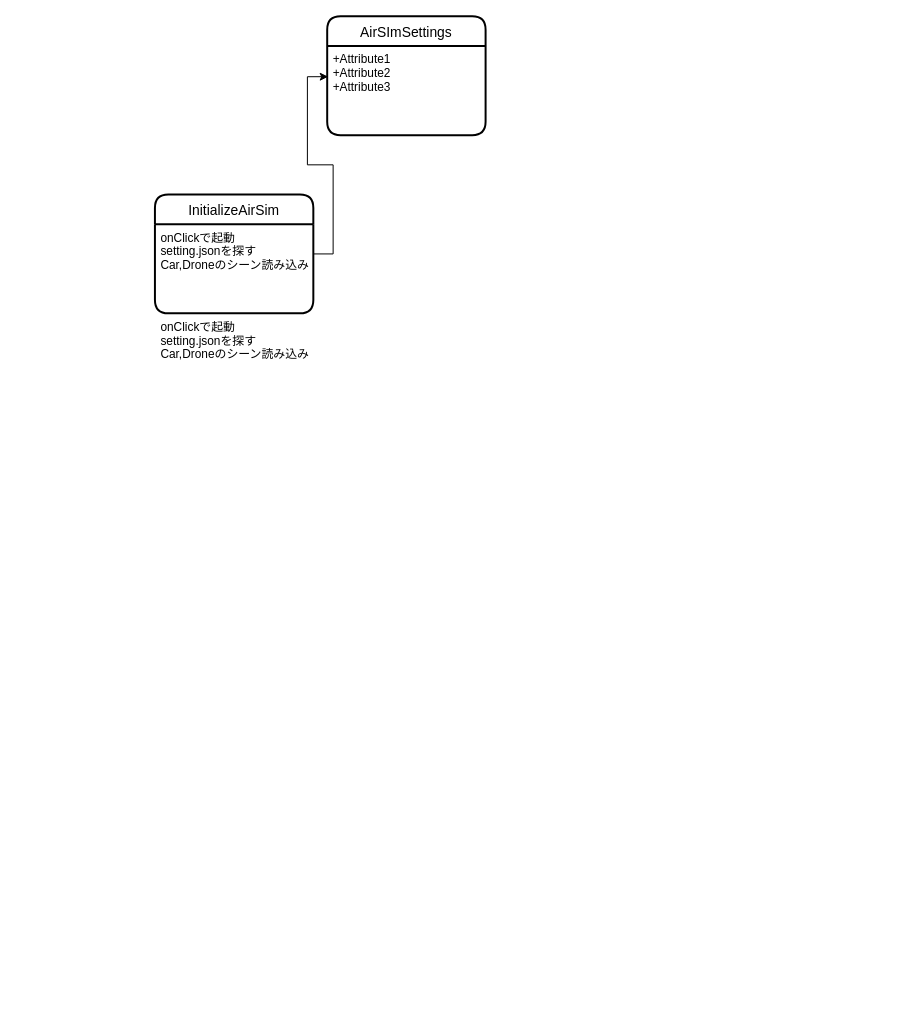
The draw.io diagram AirSim.drawio in wdtkr/MyPersonalDrone, before the edit. Source tidied: cells renumbered, new cells numbered last; positions are measured from the earlier drawing's top-left corner, leaving out a move shared by most shapes. Both pictures are drawn from the tidied source at 99%, with x=0, y=0 at pixel (154, 16).
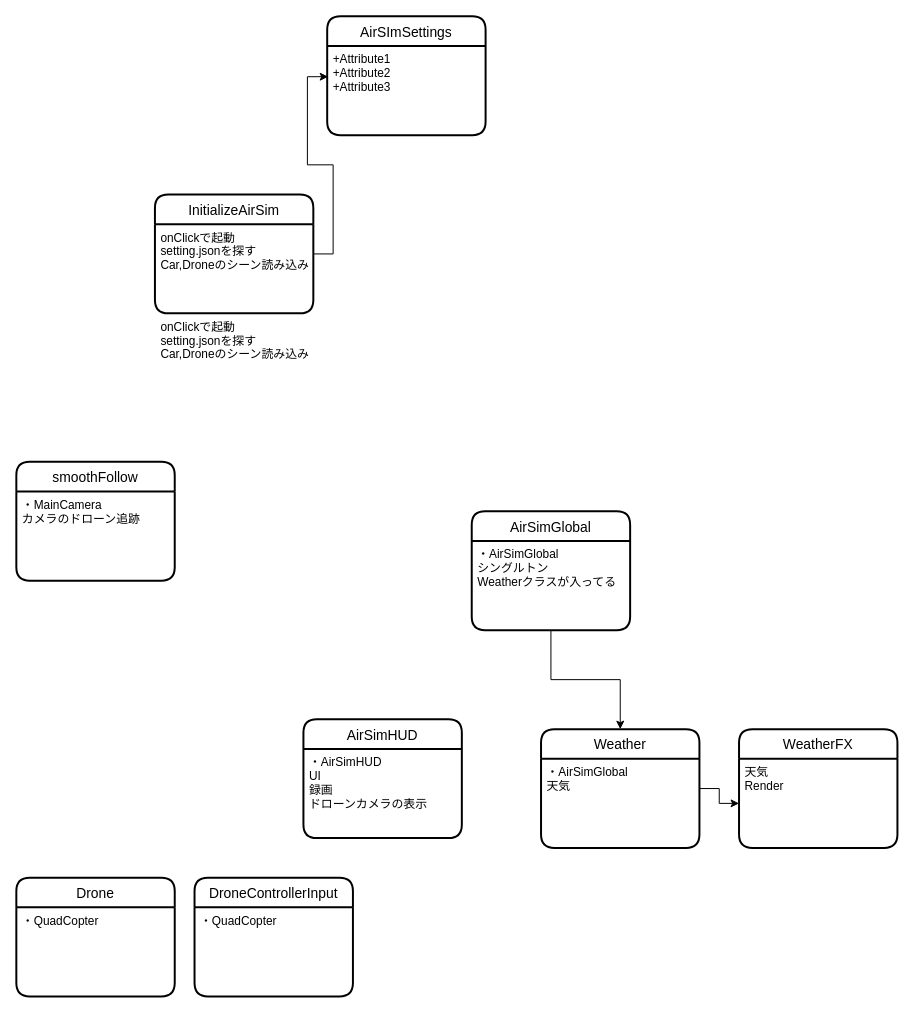
The same page after the edit.

Commit message:
AirSim.drawio を更新します

Diff of the diagram source:
```diff
@@
+    <mxCell id="8" value="smoothFollow" style="swimlane;horizontal=1;startSize=30;rounded=1;fontSize=14;fontStyle=0;strokeWidth=2;shadow=0;dashed=0;align=center;" parent="1" vertex="1">
+      <mxGeometry x="-140" y="450" width="160" height="120" as="geometry" />
+    </mxCell>
+    <mxCell id="9" value="・MainCamera&#10;カメラのドローン追跡" style="align=left;strokeColor=none;fillColor=none;spacingLeft=4;fontSize=12;verticalAlign=top;" parent="8" vertex="1">
+      <mxGeometry y="30" width="160" height="90" as="geometry" />
+    </mxCell>
+    <mxCell id="10" value="AirSimGlobal" style="swimlane;horizontal=1;startSize=30;rounded=1;fontSize=14;fontStyle=0;strokeWidth=2;shadow=0;dashed=0;align=center;" parent="1" vertex="1">
+      <mxGeometry x="320" y="500" width="160" height="120" as="geometry" />
+    </mxCell>
+    <mxCell id="11" value="・AirSimGlobal&#10;シングルトン&#10;Weatherクラスが入ってる" style="align=left;strokeColor=none;fillColor=none;spacingLeft=4;fontSize=12;verticalAlign=top;" parent="10" vertex="1">
+      <mxGeometry y="30" width="160" height="90" as="geometry" />
+    </mxCell>
+    <mxCell id="12" style="edgeStyle=orthogonalEdgeStyle;rounded=0;jettySize=auto;html=1;" parent="1" edge="1" source="13" target="17">
+      <mxGeometry relative="1" as="geometry" />
+    </mxCell>
+    <mxCell id="13" value="Weather" style="swimlane;horizontal=1;startSize=30;rounded=1;fontSize=14;fontStyle=0;strokeWidth=2;shadow=0;dashed=0;align=center;" parent="1" vertex="1">
+      <mxGeometry x="390" y="720" width="160" height="120" as="geometry" />
+    </mxCell>
+    <mxCell id="14" value="・AirSimGlobal&#10;天気" style="align=left;strokeColor=none;fillColor=none;spacingLeft=4;fontSize=12;verticalAlign=top;" parent="13" vertex="1">
+      <mxGeometry y="30" width="160" height="90" as="geometry" />
+    </mxCell>
+    <mxCell id="15" style="edgeStyle=orthogonalEdgeStyle;rounded=0;jettySize=auto;html=1;" parent="1" edge="1" source="11" target="13">
+      <mxGeometry relative="1" as="geometry" />
+    </mxCell>
+    <mxCell id="16" value="WeatherFX" style="swimlane;horizontal=1;startSize=30;rounded=1;fontSize=14;fontStyle=0;strokeWidth=2;shadow=0;dashed=0;align=center;" parent="1" vertex="1">
+      <mxGeometry x="590" y="720" width="160" height="120" as="geometry" />
+    </mxCell>
+    <mxCell id="17" value="天気&#10;Render" style="align=left;strokeColor=none;fillColor=none;spacingLeft=4;fontSize=12;verticalAlign=top;" parent="16" vertex="1">
+      <mxGeometry y="30" width="160" height="90" as="geometry" />
+    </mxCell>
+    <mxCell id="18" value="AirSimHUD" style="swimlane;horizontal=1;startSize=30;rounded=1;fontSize=14;fontStyle=0;strokeWidth=2;shadow=0;dashed=0;align=center;" parent="1" vertex="1">
+      <mxGeometry x="150" y="710" width="160" height="120" as="geometry" />
+    </mxCell>
+    <mxCell id="19" value="・AirSimHUD&#10;UI&#10;録画&#10;ドローンカメラの表示" style="align=left;strokeColor=none;fillColor=none;spacingLeft=4;fontSize=12;verticalAlign=top;" parent="18" vertex="1">
+      <mxGeometry y="30" width="160" height="90" as="geometry" />
+    </mxCell>
+    <mxCell id="20" value="Drone" style="swimlane;horizontal=1;startSize=30;rounded=1;fontSize=14;fontStyle=0;strokeWidth=2;shadow=0;dashed=0;align=center;" parent="1" vertex="1">
+      <mxGeometry x="-140" y="870" width="160" height="120" as="geometry" />
+    </mxCell>
+    <mxCell id="21" value="・QuadCopter" style="align=left;strokeColor=none;fillColor=none;spacingLeft=4;fontSize=12;verticalAlign=top;" parent="20" vertex="1">
+      <mxGeometry y="30" width="160" height="90" as="geometry" />
+    </mxCell>
+    <mxCell id="22" value="DroneControllerInput" style="swimlane;horizontal=1;startSize=30;rounded=1;fontSize=14;fontStyle=0;strokeWidth=2;shadow=0;dashed=0;align=center;" parent="1" vertex="1">
+      <mxGeometry x="40" y="870" width="160" height="120" as="geometry" />
+    </mxCell>
+    <mxCell id="23" value="・QuadCopter" style="align=left;strokeColor=none;fillColor=none;spacingLeft=4;fontSize=12;verticalAlign=top;" parent="22" vertex="1">
+      <mxGeometry y="30" width="160" height="90" as="geometry" />
+    </mxCell>
```
